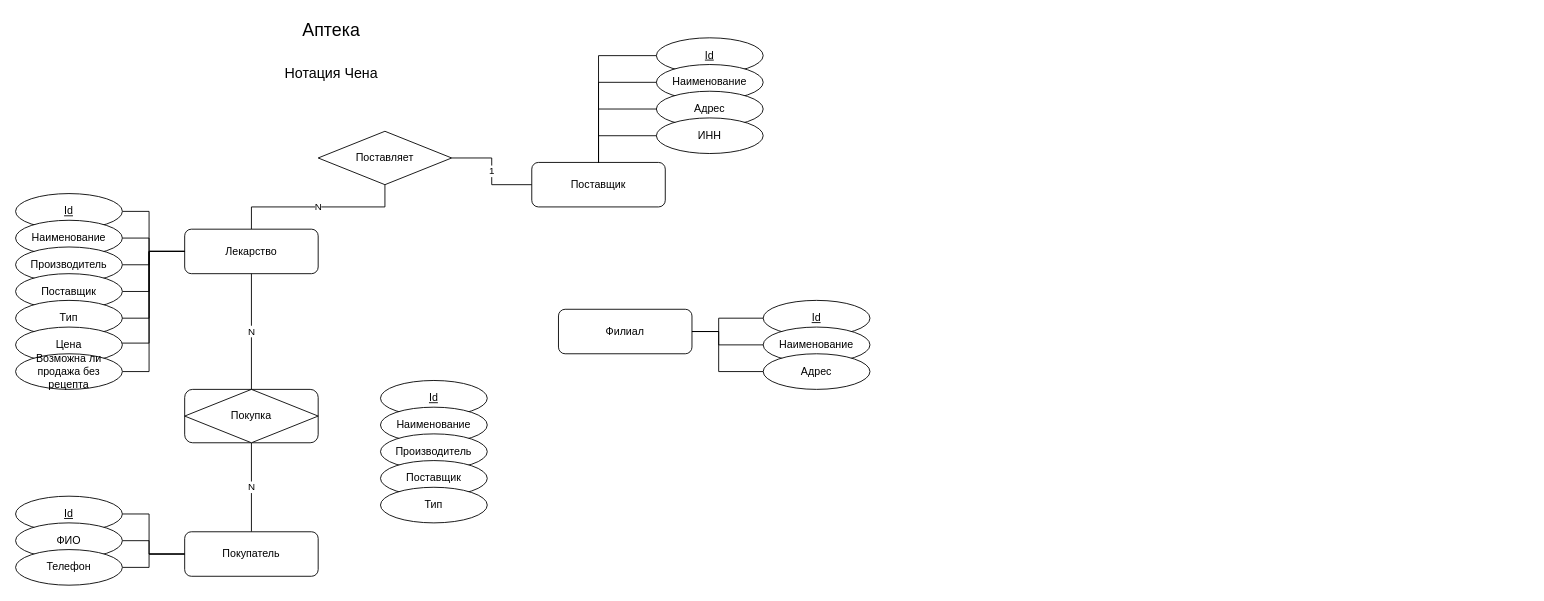
kireyevsv/nsu-course-databases-lab-er keeps this draw.io diagram as solutions/2.pharmacy.drawio. Above is the earlier version. Source tidied: cells renumbered, new cells numbered last; positions are measured from the earlier drawing's top-left corner, leaving out a move shared by most shapes. Both pictures are drawn from the tidied source at 89%, with x=0, y=0 at pixel (15, 15).
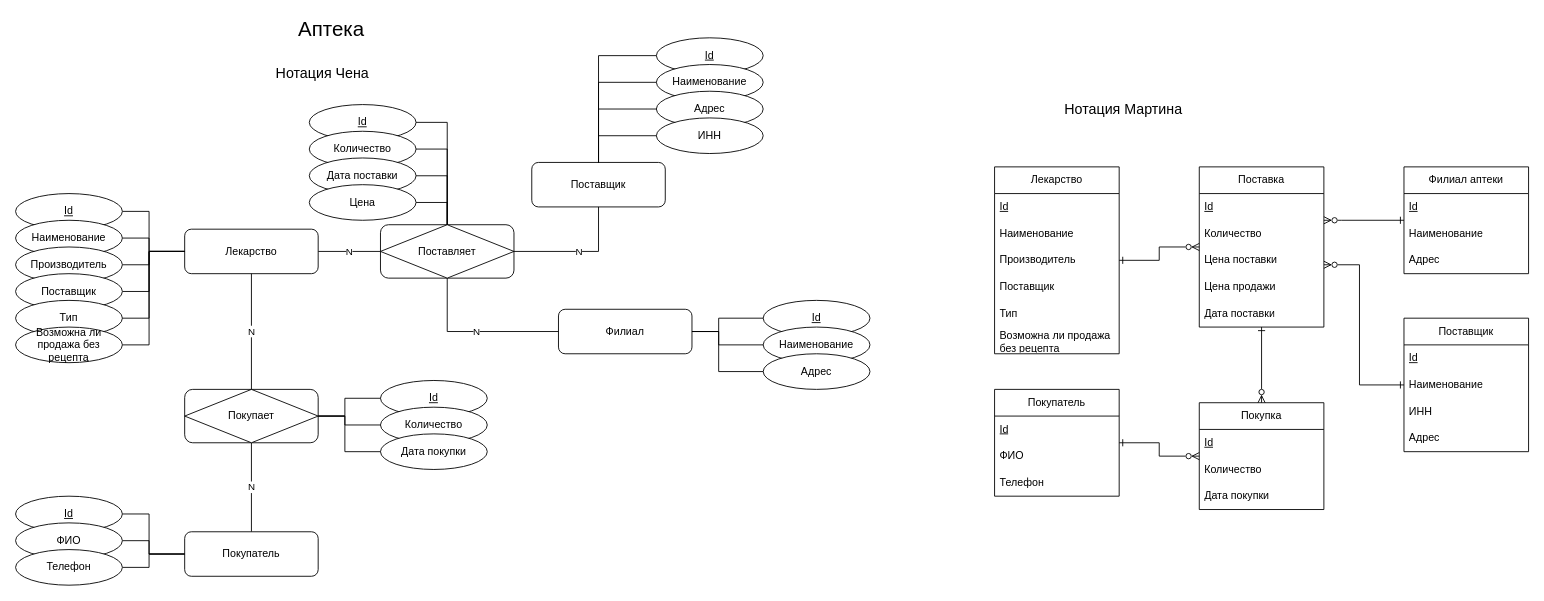
Above is the later version.

Unchanged cells that the change refers to:
```xml
<mxCell id="2" style="rounded=1;whiteSpace=wrap;html=1;" parent="1" vertex="1">
  <mxGeometry x="190" y="420" width="150" height="60" as="geometry" />
</mxCell>
<mxCell id="6" value="Лекарство" style="rounded=1;whiteSpace=wrap;html=1;" parent="1" vertex="1">
  <mxGeometry x="190" y="240" width="150" height="50" as="geometry" />
</mxCell>
<mxCell id="31" value="Поставщик" style="rounded=1;whiteSpace=wrap;html=1;" parent="1" vertex="1">
  <mxGeometry x="580" y="165" width="150" height="50" as="geometry" />
</mxCell>
<mxCell id="42" value="Id" style="ellipse;whiteSpace=wrap;html=1;fontStyle=4;" parent="1" vertex="1">
  <mxGeometry x="410" y="410" width="120" height="40" as="geometry" />
</mxCell>
<mxCell id="47" value="Филиал" style="rounded=1;whiteSpace=wrap;html=1;" parent="1" vertex="1">
  <mxGeometry x="610" y="330" width="150" height="50" as="geometry" />
</mxCell>
```

Diff of the diagram source:
```diff
@@
+    <mxCell id="54" value="Id" style="ellipse;whiteSpace=wrap;html=1;fontStyle=4;" parent="1" vertex="1">
+      <mxGeometry x="330" y="100" width="120" height="40" as="geometry" />
+    </mxCell>
+    <mxCell id="55" style="rounded=1;whiteSpace=wrap;html=1;" parent="1" vertex="1">
+      <mxGeometry x="410" y="235" width="150" height="60" as="geometry" />
+    </mxCell>
@@
-    <mxCell id="3" value="Аптека" style="text;html=1;align=center;verticalAlign=middle;whiteSpace=wrap;rounded=0;fontSize=20;" parent="1" vertex="1">
+    <mxCell id="3" value="Аптека" style="text;html=1;align=center;verticalAlign=middle;whiteSpace=wrap;rounded=0;fontSize=23;" parent="1" vertex="1">
       <mxGeometry x="290" width="130" height="30" as="geometry" />
     </mxCell>
-    <mxCell id="4" value="&lt;font style=&quot;font-size: 16px;&quot;&gt;Нотация Чена&lt;/font&gt;" style="text;html=1;align=center;verticalAlign=middle;whiteSpace=wrap;rounded=0;fontSize=18;" parent="1" vertex="1">
-      <mxGeometry x="290" y="50" width="130" height="30" as="geometry" />
-    </mxCell>
-    <mxCell id="5" value="N" style="edgeStyle=orthogonalEdgeStyle;rounded=0;jettySize=auto;html=1;endArrow=none;endFill=0;" parent="1" edge="1" source="6" target="7">
+    <mxCell id="5" value="N" style="edgeStyle=orthogonalEdgeStyle;rounded=0;jettySize=auto;html=1;endArrow=none;endFill=0;" parent="1" edge="1" source="6" target="55">
       <mxGeometry relative="1" as="geometry" />
     </mxCell>
@@
     <mxCell id="7" value="Поставляет" style="rhombus;whiteSpace=wrap;html=1;" parent="1" vertex="1">
-      <mxGeometry x="340" y="130" width="150" height="60" as="geometry" />
+      <mxGeometry x="410" y="235" width="150" height="60" as="geometry" />
     </mxCell>
@@
-    <mxCell id="17" value="Цена" style="ellipse;whiteSpace=wrap;html=1;fontStyle=0;" parent="1" vertex="1">
-      <mxGeometry y="350" width="120" height="40" as="geometry" />
-    </mxCell>
     <mxCell id="18" style="edgeStyle=orthogonalEdgeStyle;rounded=0;jettySize=auto;html=1;endArrow=none;endFill=0;" parent="1" edge="1" source="19" target="6">
       <mxGeometry relative="1" as="geometry">
         <Array as="points">
-          <mxPoint x="150" y="400" />
+          <mxPoint x="150" y="370" />
           <mxPoint x="150" y="265" />
         </Array>
       </mxGeometry>
     </mxCell>
     <mxCell id="19" value="Возможна ли продажа без рецепта" style="ellipse;whiteSpace=wrap;html=1;fontStyle=0;" parent="1" vertex="1">
-      <mxGeometry y="380" width="120" height="40" as="geometry" />
+      <mxGeometry y="350" width="120" height="40" as="geometry" />
     </mxCell>
@@
-    <mxCell id="21" style="rounded=0;jettySize=auto;html=1;endArrow=none;endFill=0;edgeStyle=orthogonalEdgeStyle;" parent="1" edge="1" source="17" target="6">
+    <mxCell id="21" style="rounded=0;jettySize=auto;html=1;endArrow=none;endFill=0;edgeStyle=orthogonalEdgeStyle;" parent="1" edge="1" source="17" target="55">
       <mxGeometry relative="1" as="geometry">
         <Array as="points">
-          <mxPoint x="150" y="368" />
-          <mxPoint x="150" y="265" />
+          <mxPoint x="485" y="210" />
         </Array>
       </mxGeometry>
     </mxCell>
@@
-    <mxCell id="24" value="Покупка" style="rhombus;whiteSpace=wrap;html=1;" parent="1" vertex="1">
+    <mxCell id="24" value="Покупает" style="rhombus;whiteSpace=wrap;html=1;" parent="1" vertex="1">
       <mxGeometry x="190" y="420" width="150" height="60" as="geometry" />
     </mxCell>
@@
-    <mxCell id="40" value="1" style="edgeStyle=orthogonalEdgeStyle;rounded=0;jettySize=auto;html=1;endArrow=none;endFill=0;" parent="1" edge="1" source="7" target="31">
+    <mxCell id="40" value="N" style="edgeStyle=orthogonalEdgeStyle;rounded=0;jettySize=auto;html=1;endArrow=none;endFill=0;" parent="1" edge="1" source="7" target="31">
       <mxGeometry relative="1" as="geometry" />
     </mxCell>
@@
-    <mxCell id="43" value="Наименование" style="ellipse;whiteSpace=wrap;html=1;fontStyle=0;" parent="1" vertex="1">
-      <mxGeometry x="410" y="440" width="120" height="40" as="geometry" />
-    </mxCell>
-    <mxCell id="44" value="Производитель" style="ellipse;whiteSpace=wrap;html=1;fontStyle=0;" parent="1" vertex="1">
-      <mxGeometry x="410" y="470" width="120" height="40" as="geometry" />
-    </mxCell>
-    <mxCell id="45" value="Поставщик" style="ellipse;whiteSpace=wrap;html=1;fontStyle=0;" parent="1" vertex="1">
-      <mxGeometry x="410" y="500" width="120" height="40" as="geometry" />
+    <mxCell id="45" value="Количество" style="ellipse;whiteSpace=wrap;html=1;fontStyle=0;" parent="1" vertex="1">
+      <mxGeometry x="410" y="440" width="120" height="40" as="geometry" />
     </mxCell>
-    <mxCell id="46" value="Тип" style="ellipse;whiteSpace=wrap;html=1;fontStyle=0;" parent="1" vertex="1">
-      <mxGeometry x="410" y="530" width="120" height="40" as="geometry" />
-    </mxCell>
@@
+    <mxCell id="56" value="N" style="edgeStyle=orthogonalEdgeStyle;rounded=0;jettySize=auto;html=1;endArrow=none;endFill=0;" parent="1" edge="1" source="55" target="47">
+      <mxGeometry relative="1" as="geometry">
+        <Array as="points">
+          <mxPoint x="485" y="355" />
+        </Array>
+      </mxGeometry>
+    </mxCell>
+    <mxCell id="57" value="Количество" style="ellipse;whiteSpace=wrap;html=1;fontStyle=0;" parent="1" vertex="1">
+      <mxGeometry x="330" y="130" width="120" height="40" as="geometry" />
+    </mxCell>
+    <mxCell id="58" style="edgeStyle=orthogonalEdgeStyle;rounded=0;jettySize=auto;html=1;endArrow=none;endFill=0;" parent="1" edge="1" source="57" target="55">
+      <mxGeometry relative="1" as="geometry">
+        <Array as="points">
+          <mxPoint x="485" y="150" />
+        </Array>
+      </mxGeometry>
+    </mxCell>
+    <mxCell id="59" value="Дата покупки" style="ellipse;whiteSpace=wrap;html=1;fontStyle=0;" parent="1" vertex="1">
+      <mxGeometry x="410" y="470" width="120" height="40" as="geometry" />
+    </mxCell>
+    <mxCell id="60" value="Дата поставки" style="ellipse;whiteSpace=wrap;html=1;fontStyle=0;" parent="1" vertex="1">
+      <mxGeometry x="330" y="160" width="120" height="40" as="geometry" />
+    </mxCell>
+    <mxCell id="61" style="edgeStyle=orthogonalEdgeStyle;rounded=0;jettySize=auto;html=1;endArrow=none;endFill=0;" parent="1" edge="1" source="60" target="55">
+      <mxGeometry relative="1" as="geometry">
+        <Array as="points">
+          <mxPoint x="485" y="180" />
+        </Array>
+      </mxGeometry>
+    </mxCell>
+    <mxCell id="4" value="&lt;font style=&quot;font-size: 16px;&quot;&gt;Нотация Чена&lt;/font&gt;" style="text;html=1;align=center;verticalAlign=middle;whiteSpace=wrap;rounded=0;fontSize=18;" parent="1" vertex="1">
+      <mxGeometry x="280" y="50" width="130" height="30" as="geometry" />
+    </mxCell>
+    <mxCell id="62" style="edgeStyle=orthogonalEdgeStyle;rounded=0;jettySize=auto;html=1;endArrow=none;endFill=0;" parent="1" edge="1" source="2" target="42">
+      <mxGeometry relative="1" as="geometry">
+        <Array as="points">
+          <mxPoint x="370" y="450" />
+          <mxPoint x="370" y="430" />
+        </Array>
+      </mxGeometry>
+    </mxCell>
+    <mxCell id="63" style="edgeStyle=orthogonalEdgeStyle;rounded=0;jettySize=auto;html=1;endArrow=none;endFill=0;" parent="1" edge="1" source="2" target="45">
+      <mxGeometry relative="1" as="geometry">
+        <Array as="points">
+          <mxPoint x="370" y="450" />
+          <mxPoint x="370" y="460" />
+        </Array>
+      </mxGeometry>
+    </mxCell>
+    <mxCell id="64" style="edgeStyle=orthogonalEdgeStyle;rounded=0;jettySize=auto;html=1;endArrow=none;endFill=0;" parent="1" edge="1" source="2" target="59">
+      <mxGeometry relative="1" as="geometry">
+        <Array as="points">
+          <mxPoint x="370" y="450" />
+          <mxPoint x="370" y="490" />
+        </Array>
+      </mxGeometry>
+    </mxCell>
+    <mxCell id="65" value="&lt;font style=&quot;font-size: 16px;&quot;&gt;Нотация Мартина&lt;/font&gt;" style="text;html=1;align=center;verticalAlign=middle;whiteSpace=wrap;rounded=0;fontSize=18;" parent="1" vertex="1">
+      <mxGeometry x="1150" y="90" width="190" height="30" as="geometry" />
+    </mxCell>
+    <mxCell id="66" value="Лекарство" style="swimlane;fontStyle=0;horizontal=1;startSize=30;whiteSpace=wrap;html=1;" parent="1" vertex="1">
+      <mxGeometry x="1100" y="170" width="140" height="210" as="geometry" />
+    </mxCell>
+    <mxCell id="67" value="Id" style="text;strokeColor=none;fillColor=none;align=left;verticalAlign=middle;spacingLeft=4;spacingRight=4;overflow=hidden;whiteSpace=wrap;html=1;fontStyle=4;" parent="66" vertex="1">
+      <mxGeometry y="30" width="140" height="30" as="geometry" />
+    </mxCell>
+    <mxCell id="68" value="Наименование" style="text;strokeColor=none;fillColor=none;align=left;verticalAlign=middle;spacingLeft=4;spacingRight=4;overflow=hidden;whiteSpace=wrap;html=1;" parent="66" vertex="1">
+      <mxGeometry y="60" width="140" height="30" as="geometry" />
+    </mxCell>
+    <mxCell id="44" value="Производитель" style="text;strokeColor=none;fillColor=none;align=left;verticalAlign=middle;spacingLeft=4;spacingRight=4;overflow=hidden;whiteSpace=wrap;html=1;" parent="66" vertex="1">
+      <mxGeometry y="90" width="140" height="30" as="geometry" />
+    </mxCell>
+    <mxCell id="69" value="Поставщик" style="text;strokeColor=none;fillColor=none;align=left;verticalAlign=middle;spacingLeft=4;spacingRight=4;overflow=hidden;whiteSpace=wrap;html=1;" parent="66" vertex="1">
+      <mxGeometry y="120" width="140" height="30" as="geometry" />
+    </mxCell>
+    <mxCell id="46" value="Тип" style="text;strokeColor=none;fillColor=none;align=left;verticalAlign=middle;spacingLeft=4;spacingRight=4;overflow=hidden;whiteSpace=wrap;html=1;" parent="66" vertex="1">
+      <mxGeometry y="150" width="140" height="30" as="geometry" />
+    </mxCell>
+    <mxCell id="70" value="Возможна ли продажа без рецепта" style="text;strokeColor=none;fillColor=none;align=left;verticalAlign=middle;spacingLeft=4;spacingRight=4;overflow=hidden;whiteSpace=wrap;html=1;" parent="66" vertex="1">
+      <mxGeometry y="180" width="140" height="30" as="geometry" />
+    </mxCell>
+    <mxCell id="71" value="Поставка" style="swimlane;fontStyle=0;horizontal=1;startSize=30;whiteSpace=wrap;html=1;" parent="1" vertex="1">
+      <mxGeometry x="1330" y="170" width="140" height="180" as="geometry" />
+    </mxCell>
+    <mxCell id="72" value="Id" style="text;strokeColor=none;fillColor=none;align=left;verticalAlign=middle;spacingLeft=4;spacingRight=4;overflow=hidden;whiteSpace=wrap;html=1;fontStyle=4;" parent="71" vertex="1">
+      <mxGeometry y="30" width="140" height="30" as="geometry" />
+    </mxCell>
+    <mxCell id="73" value="Количество" style="text;strokeColor=none;fillColor=none;align=left;verticalAlign=middle;spacingLeft=4;spacingRight=4;overflow=hidden;whiteSpace=wrap;html=1;" parent="71" vertex="1">
+      <mxGeometry y="60" width="140" height="30" as="geometry" />
+    </mxCell>
+    <mxCell id="74" value="Цена поставки" style="text;strokeColor=none;fillColor=none;align=left;verticalAlign=middle;spacingLeft=4;spacingRight=4;overflow=hidden;whiteSpace=wrap;html=1;" parent="71" vertex="1">
+      <mxGeometry y="90" width="140" height="30" as="geometry" />
+    </mxCell>
+    <mxCell id="75" value="Цена продажи" style="text;strokeColor=none;fillColor=none;align=left;verticalAlign=middle;spacingLeft=4;spacingRight=4;overflow=hidden;whiteSpace=wrap;html=1;" parent="71" vertex="1">
+      <mxGeometry y="120" width="140" height="30" as="geometry" />
+    </mxCell>
+    <mxCell id="76" value="Дата поставки" style="text;strokeColor=none;fillColor=none;align=left;verticalAlign=middle;spacingLeft=4;spacingRight=4;overflow=hidden;whiteSpace=wrap;html=1;" parent="71" vertex="1">
+      <mxGeometry y="150" width="140" height="30" as="geometry" />
+    </mxCell>
+    <mxCell id="77" style="edgeStyle=orthogonalEdgeStyle;rounded=0;jettySize=auto;html=1;startArrow=ERone;startFill=0;endArrow=ERzeroToMany;endFill=0;" parent="1" edge="1" source="78" target="88">
+      <mxGeometry relative="1" as="geometry" />
+    </mxCell>
+    <mxCell id="78" value="Покупатель" style="swimlane;fontStyle=0;horizontal=1;startSize=30;whiteSpace=wrap;html=1;" parent="1" vertex="1">
+      <mxGeometry x="1100" y="420" width="140" height="120" as="geometry" />
+    </mxCell>
+    <mxCell id="79" value="Id" style="text;strokeColor=none;fillColor=none;align=left;verticalAlign=middle;spacingLeft=4;spacingRight=4;overflow=hidden;whiteSpace=wrap;html=1;fontStyle=4;" parent="78" vertex="1">
+      <mxGeometry y="30" width="140" height="30" as="geometry" />
+    </mxCell>
+    <mxCell id="80" value="ФИО" style="text;strokeColor=none;fillColor=none;align=left;verticalAlign=middle;spacingLeft=4;spacingRight=4;overflow=hidden;whiteSpace=wrap;html=1;" parent="78" vertex="1">
+      <mxGeometry y="60" width="140" height="30" as="geometry" />
+    </mxCell>
+    <mxCell id="81" value="Телефон" style="text;strokeColor=none;fillColor=none;align=left;verticalAlign=middle;spacingLeft=4;spacingRight=4;overflow=hidden;whiteSpace=wrap;html=1;" parent="78" vertex="1">
+      <mxGeometry y="90" width="140" height="30" as="geometry" />
+    </mxCell>
+    <mxCell id="82" value="Филиал аптеки" style="swimlane;fontStyle=0;horizontal=1;startSize=30;whiteSpace=wrap;html=1;" parent="1" vertex="1">
+      <mxGeometry x="1560" y="170" width="140" height="120" as="geometry" />
+    </mxCell>
+    <mxCell id="83" value="Id" style="text;strokeColor=none;fillColor=none;align=left;verticalAlign=middle;spacingLeft=4;spacingRight=4;overflow=hidden;whiteSpace=wrap;html=1;fontStyle=4;" parent="82" vertex="1">
+      <mxGeometry y="30" width="140" height="30" as="geometry" />
+    </mxCell>
+    <mxCell id="84" value="Наименование" style="text;strokeColor=none;fillColor=none;align=left;verticalAlign=middle;spacingLeft=4;spacingRight=4;overflow=hidden;whiteSpace=wrap;html=1;" parent="82" vertex="1">
+      <mxGeometry y="60" width="140" height="30" as="geometry" />
+    </mxCell>
+    <mxCell id="85" value="Адрес" style="text;strokeColor=none;fillColor=none;align=left;verticalAlign=middle;spacingLeft=4;spacingRight=4;overflow=hidden;whiteSpace=wrap;html=1;" parent="82" vertex="1">
+      <mxGeometry y="90" width="140" height="30" as="geometry" />
+    </mxCell>
+    <mxCell id="86" style="edgeStyle=orthogonalEdgeStyle;rounded=0;jettySize=auto;html=1;endArrow=ERzeroToMany;endFill=0;startArrow=ERone;startFill=0;" parent="1" edge="1" source="66" target="71">
+      <mxGeometry relative="1" as="geometry" />
+    </mxCell>
+    <mxCell id="87" style="edgeStyle=orthogonalEdgeStyle;rounded=0;jettySize=auto;html=1;startArrow=ERone;startFill=0;endArrow=ERzeroToMany;endFill=0;" parent="1" edge="1" source="82" target="71">
+      <mxGeometry relative="1" as="geometry">
+        <Array as="points">
+          <mxPoint x="1490" y="230" />
+          <mxPoint x="1490" y="230" />
+        </Array>
+      </mxGeometry>
+    </mxCell>
+    <mxCell id="88" value="Покупка" style="swimlane;fontStyle=0;horizontal=1;startSize=30;whiteSpace=wrap;html=1;" parent="1" vertex="1">
+      <mxGeometry x="1330" y="435" width="140" height="120" as="geometry" />
+    </mxCell>
+    <mxCell id="89" value="Id" style="text;strokeColor=none;fillColor=none;align=left;verticalAlign=middle;spacingLeft=4;spacingRight=4;overflow=hidden;whiteSpace=wrap;html=1;fontStyle=4;" parent="88" vertex="1">
+      <mxGeometry y="30" width="140" height="30" as="geometry" />
+    </mxCell>
+    <mxCell id="90" value="Количество" style="text;strokeColor=none;fillColor=none;align=left;verticalAlign=middle;spacingLeft=4;spacingRight=4;overflow=hidden;whiteSpace=wrap;html=1;" parent="88" vertex="1">
+      <mxGeometry y="60" width="140" height="30" as="geometry" />
+    </mxCell>
+    <mxCell id="91" value="Дата покупки" style="text;strokeColor=none;fillColor=none;align=left;verticalAlign=middle;spacingLeft=4;spacingRight=4;overflow=hidden;whiteSpace=wrap;html=1;" parent="88" vertex="1">
+      <mxGeometry y="90" width="140" height="30" as="geometry" />
+    </mxCell>
+    <mxCell id="92" style="edgeStyle=orthogonalEdgeStyle;rounded=0;jettySize=auto;html=1;endArrow=ERone;endFill=0;startArrow=ERzeroToMany;startFill=0;" parent="1" edge="1" source="88" target="71">
+      <mxGeometry relative="1" as="geometry" />
+    </mxCell>
+    <mxCell id="93" value="Поставщик" style="swimlane;fontStyle=0;horizontal=1;startSize=30;whiteSpace=wrap;html=1;" parent="1" vertex="1">
+      <mxGeometry x="1560" y="340" width="140" height="150" as="geometry" />
+    </mxCell>
+    <mxCell id="94" value="Id" style="text;strokeColor=none;fillColor=none;align=left;verticalAlign=middle;spacingLeft=4;spacingRight=4;overflow=hidden;whiteSpace=wrap;html=1;fontStyle=4;" parent="93" vertex="1">
+      <mxGeometry y="30" width="140" height="30" as="geometry" />
+    </mxCell>
+    <mxCell id="95" value="Наименование" style="text;strokeColor=none;fillColor=none;align=left;verticalAlign=middle;spacingLeft=4;spacingRight=4;overflow=hidden;whiteSpace=wrap;html=1;" parent="93" vertex="1">
+      <mxGeometry y="60" width="140" height="30" as="geometry" />
+    </mxCell>
+    <mxCell id="96" value="ИНН" style="text;strokeColor=none;fillColor=none;align=left;verticalAlign=middle;spacingLeft=4;spacingRight=4;overflow=hidden;whiteSpace=wrap;html=1;" parent="93" vertex="1">
+      <mxGeometry y="90" width="140" height="30" as="geometry" />
+    </mxCell>
+    <mxCell id="97" value="Адрес" style="text;strokeColor=none;fillColor=none;align=left;verticalAlign=middle;spacingLeft=4;spacingRight=4;overflow=hidden;whiteSpace=wrap;html=1;" parent="93" vertex="1">
+      <mxGeometry y="120" width="140" height="30" as="geometry" />
+    </mxCell>
+    <mxCell id="98" style="edgeStyle=orthogonalEdgeStyle;rounded=0;jettySize=auto;html=1;startArrow=ERone;startFill=0;endArrow=ERzeroToMany;endFill=0;" parent="1" edge="1" source="93" target="71">
+      <mxGeometry relative="1" as="geometry">
+        <Array as="points">
+          <mxPoint x="1510" y="415" />
+          <mxPoint x="1510" y="280" />
+        </Array>
+      </mxGeometry>
+    </mxCell>
+    <mxCell id="99" style="edgeStyle=orthogonalEdgeStyle;rounded=0;jettySize=auto;html=1;endArrow=none;endFill=0;" parent="1" edge="1" source="54" target="55">
+      <mxGeometry relative="1" as="geometry">
+        <Array as="points">
+          <mxPoint x="485" y="120" />
+        </Array>
+      </mxGeometry>
+    </mxCell>
+    <mxCell id="17" value="Цена" style="ellipse;whiteSpace=wrap;html=1;fontStyle=0;" parent="1" vertex="1">
+      <mxGeometry x="330" y="190" width="120" height="40" as="geometry" />
+    </mxCell>
```
